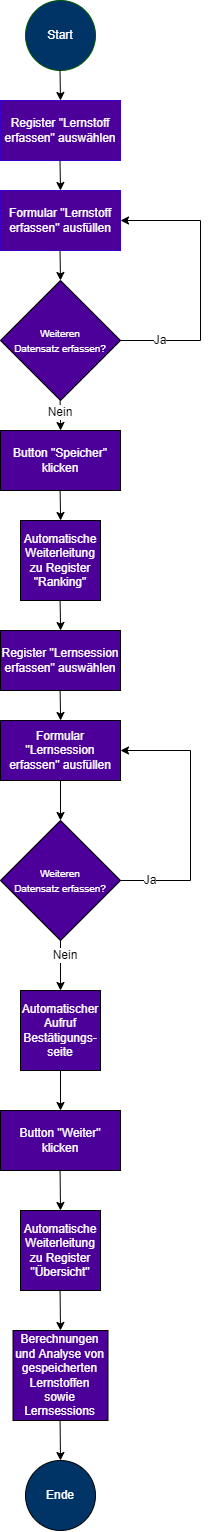
Before: templates/images/Flowchart_Projekt_PROG2.png, a diagram exported from draw.io (corilla007/PROG2_Projektarbeit). Source tidied: cells renumbered, new cells last; positions are measured from the earlier drawing's top-left corner, leaving out a move shared by most shapes. Source of this version:
```xml
<mxGraphModel>
  <root>
    <mxCell id="0" />
    <mxCell id="1" parent="0" />
    <mxCell id="2" value="Start" style="ellipse;whiteSpace=wrap;html=1;fillColor=#003366;strokeColor=#005700;fontColor=#ffffff;" parent="1" vertex="1">
      <mxGeometry x="25" width="70" height="70" as="geometry" />
    </mxCell>
    <mxCell id="3" value="Register &quot;Lernstoff erfassen&quot; auswählen" style="rounded=0;whiteSpace=wrap;html=1;fillColor=#4C0099;strokeColor=#3700CC;fontColor=#ffffff;" parent="1" vertex="1">
      <mxGeometry y="100" width="120" height="60" as="geometry" />
    </mxCell>
    <mxCell id="4" value="Formular &quot;Lernstoff erfassen&quot; ausfüllen" style="rounded=0;whiteSpace=wrap;html=1;fillColor=#4C0099;fontColor=#ffffff;strokeColor=#3700CC;" parent="1" vertex="1">
      <mxGeometry y="190" width="120" height="60" as="geometry" />
    </mxCell>
    <mxCell id="5" value="Button &quot;Speicher&quot; klicken" style="rounded=0;whiteSpace=wrap;html=1;fillColor=#4C0099;fontColor=#FFFFFF;" parent="1" vertex="1">
      <mxGeometry y="430" width="120" height="60" as="geometry" />
    </mxCell>
    <mxCell id="6" value="Register &quot;Lernsession erfassen&quot; auswählen" style="rounded=0;whiteSpace=wrap;html=1;fillColor=#4C0099;fontColor=#FFFFFF;" parent="1" vertex="1">
      <mxGeometry y="630" width="120" height="60" as="geometry" />
    </mxCell>
    <mxCell id="7" value="&lt;font color=&quot;#ffffff&quot;&gt;&lt;span style=&quot;font-size: 12px ; font-style: normal ; font-weight: 400 ; letter-spacing: normal ; text-align: center ; text-indent: 0px ; text-transform: none ; word-spacing: 0px ; font-family: &amp;quot;helvetica&amp;quot; ; display: inline ; float: none&quot;&gt;Automatische Weiterleitung zu Register &quot;Ranking&quot;&lt;/span&gt;&lt;br style=&quot;font-family: &amp;quot;helvetica&amp;quot; ; font-size: 12px ; font-style: normal ; font-weight: 400 ; letter-spacing: normal ; text-align: center ; text-indent: 0px ; text-transform: none ; word-spacing: 0px&quot;&gt;&lt;/font&gt;" style="whiteSpace=wrap;html=1;fillColor=#4C0099;" parent="1" vertex="1">
      <mxGeometry x="20" y="520" width="80" height="80" as="geometry" />
    </mxCell>
    <mxCell id="8" value="&lt;p style=&quot;line-height: 1.2&quot;&gt;&lt;font style=&quot;font-size: 10px&quot;&gt;Weiteren Datensatz&amp;nbsp;&lt;span&gt;erfassen?&lt;/span&gt;&lt;/font&gt;&lt;/p&gt;" style="rhombus;whiteSpace=wrap;html=1;fillColor=#4C0099;fontColor=#FFFFFF;" parent="1" vertex="1">
      <mxGeometry y="820" width="120" height="120" as="geometry" />
    </mxCell>
    <mxCell id="9" style="endArrow=classic;html=1;rounded=0;fontSize=10;exitX=1;exitY=0.5;exitDx=0;exitDy=0;entryX=1;entryY=0.5;entryDx=0;entryDy=0;" parent="1" edge="1" source="8" target="28">
      <mxGeometry relative="1" as="geometry">
        <Array as="points">
          <mxPoint x="190" y="880" />
          <mxPoint x="190" y="750" />
        </Array>
      </mxGeometry>
    </mxCell>
    <mxCell id="10" value="&lt;font style=&quot;font-size: 12px&quot;&gt;Ja&lt;/font&gt;" style="text;html=1;strokeColor=none;fillColor=none;align=center;verticalAlign=middle;whiteSpace=wrap;rounded=0;fontSize=10;gradientColor=none;labelBackgroundColor=default;" parent="1" vertex="1">
      <mxGeometry x="120" y="865" width="60" height="30" as="geometry" />
    </mxCell>
    <mxCell id="11" style="endArrow=classic;html=1;rounded=0;fontSize=12;exitX=0.5;exitY=1;exitDx=0;exitDy=0;entryX=0.5;entryY=0;entryDx=0;entryDy=0;" parent="1" edge="1" source="8" target="31">
      <mxGeometry relative="1" as="geometry" />
    </mxCell>
    <mxCell id="12" style="endArrow=classic;html=1;rounded=0;fontSize=12;" parent="1" edge="1">
      <mxGeometry relative="1" as="geometry">
        <mxPoint x="59.5" y="70" as="sourcePoint" />
        <mxPoint x="60" y="100" as="targetPoint" />
      </mxGeometry>
    </mxCell>
    <mxCell id="13" style="endArrow=classic;html=1;rounded=0;fontSize=12;" parent="1" edge="1">
      <mxGeometry relative="1" as="geometry">
        <mxPoint x="59.5" y="160" as="sourcePoint" />
        <mxPoint x="60" y="190" as="targetPoint" />
      </mxGeometry>
    </mxCell>
    <mxCell id="14" style="endArrow=classic;html=1;rounded=0;fontSize=12;" parent="1" edge="1">
      <mxGeometry relative="1" as="geometry">
        <mxPoint x="59.5" y="250" as="sourcePoint" />
        <mxPoint x="60" y="280" as="targetPoint" />
      </mxGeometry>
    </mxCell>
    <mxCell id="15" style="endArrow=classic;html=1;rounded=0;fontSize=12;" parent="1" edge="1">
      <mxGeometry relative="1" as="geometry">
        <mxPoint x="59.6" y="600" as="sourcePoint" />
        <mxPoint x="60.1" y="630" as="targetPoint" />
      </mxGeometry>
    </mxCell>
    <mxCell id="16" value="&lt;font style=&quot;font-size: 12px&quot;&gt;Nein&lt;/font&gt;" style="text;html=1;strokeColor=none;fillColor=none;align=center;verticalAlign=middle;whiteSpace=wrap;rounded=0;fontSize=10;gradientColor=none;labelBackgroundColor=default;" parent="1" vertex="1">
      <mxGeometry x="35" y="940" width="60" height="30" as="geometry" />
    </mxCell>
    <mxCell id="17" style="endArrow=classic;html=1;rounded=0;fontSize=12;exitX=0.5;exitY=1;exitDx=0;exitDy=0;entryX=0.5;entryY=0;entryDx=0;entryDy=0;" parent="1" edge="1" source="31" target="21">
      <mxGeometry relative="1" as="geometry" />
    </mxCell>
    <mxCell id="18" style="endArrow=classic;html=1;rounded=0;fontSize=12;" parent="1" edge="1">
      <mxGeometry relative="1" as="geometry">
        <mxPoint x="59.6" y="1170" as="sourcePoint" />
        <mxPoint x="60" y="1210" as="targetPoint" />
      </mxGeometry>
    </mxCell>
    <mxCell id="19" value="Berechnungen und Analyse von gespeicherten Lernstoffen sowie Lernsessions" style="rounded=0;whiteSpace=wrap;html=1;fillColor=#4C0099;fontColor=#FFFFFF;" parent="1" vertex="1">
      <mxGeometry x="12.5" y="1330" width="95" height="90" as="geometry" />
    </mxCell>
    <mxCell id="20" value="Ende" style="ellipse;whiteSpace=wrap;html=1;fillColor=#003366;fontColor=#FFFFFF;" parent="1" vertex="1">
      <mxGeometry x="25" y="1460" width="70" height="70" as="geometry" />
    </mxCell>
    <mxCell id="21" value="Button &quot;Weiter&quot; klicken" style="rounded=0;whiteSpace=wrap;html=1;fillColor=#4C0099;fontColor=#FFFFFF;" parent="1" vertex="1">
      <mxGeometry y="1110" width="120" height="60" as="geometry" />
    </mxCell>
    <mxCell id="22" value="&lt;p style=&quot;line-height: 1.2&quot;&gt;&lt;font style=&quot;font-size: 10px&quot;&gt;Weiteren Datensatz&amp;nbsp;&lt;span&gt;erfassen?&lt;/span&gt;&lt;/font&gt;&lt;/p&gt;" style="rhombus;whiteSpace=wrap;html=1;fillColor=#4C0099;fontColor=#FFFFFF;" parent="1" vertex="1">
      <mxGeometry y="280" width="120" height="120" as="geometry" />
    </mxCell>
    <mxCell id="23" style="endArrow=classic;html=1;rounded=0;fontSize=12;" parent="1" edge="1">
      <mxGeometry relative="1" as="geometry">
        <mxPoint x="59.6" y="400" as="sourcePoint" />
        <mxPoint x="60.1" y="430" as="targetPoint" />
      </mxGeometry>
    </mxCell>
    <mxCell id="24" value="&lt;font style=&quot;font-size: 12px&quot;&gt;Nein&lt;/font&gt;" style="text;html=1;strokeColor=none;fillColor=none;align=center;verticalAlign=middle;whiteSpace=wrap;rounded=0;fontSize=10;gradientColor=none;labelBackgroundColor=default;" parent="1" vertex="1">
      <mxGeometry x="30" y="397" width="60" height="30" as="geometry" />
    </mxCell>
    <mxCell id="25" style="endArrow=classic;html=1;rounded=0;fontSize=10;exitX=1;exitY=0.5;exitDx=0;exitDy=0;entryX=1;entryY=0.5;entryDx=0;entryDy=0;" parent="1" edge="1">
      <mxGeometry relative="1" as="geometry">
        <mxPoint x="120" y="340" as="sourcePoint" />
        <mxPoint x="120" y="220" as="targetPoint" />
        <Array as="points">
          <mxPoint x="200" y="340" />
          <mxPoint x="200" y="220" />
        </Array>
      </mxGeometry>
    </mxCell>
    <mxCell id="26" value="&lt;font style=&quot;font-size: 12px&quot;&gt;Ja&lt;/font&gt;" style="text;html=1;strokeColor=none;fillColor=none;align=center;verticalAlign=middle;whiteSpace=wrap;rounded=0;fontSize=10;gradientColor=none;labelBackgroundColor=default;" parent="1" vertex="1">
      <mxGeometry x="130" y="325" width="60" height="30" as="geometry" />
    </mxCell>
    <mxCell id="27" style="endArrow=classic;html=1;rounded=0;fontSize=12;" parent="1" edge="1">
      <mxGeometry relative="1" as="geometry">
        <mxPoint x="59.6" y="490" as="sourcePoint" />
        <mxPoint x="60.1" y="520" as="targetPoint" />
      </mxGeometry>
    </mxCell>
    <mxCell id="28" value="Formular &quot;Lernsession erfassen&quot; ausfüllen" style="rounded=0;whiteSpace=wrap;html=1;fillColor=#4C0099;fontColor=#FFFFFF;" parent="1" vertex="1">
      <mxGeometry y="720" width="120" height="60" as="geometry" />
    </mxCell>
    <mxCell id="29" style="endArrow=classic;html=1;rounded=0;fontSize=12;" parent="1" edge="1">
      <mxGeometry relative="1" as="geometry">
        <mxPoint x="59.6" y="690" as="sourcePoint" />
        <mxPoint x="60.1" y="720" as="targetPoint" />
      </mxGeometry>
    </mxCell>
    <mxCell id="30" style="endArrow=classic;html=1;rounded=0;fontSize=12;entryX=0.5;entryY=0;entryDx=0;entryDy=0;exitX=0.5;exitY=1;exitDx=0;exitDy=0;" parent="1" edge="1" source="28" target="8">
      <mxGeometry relative="1" as="geometry" />
    </mxCell>
    <mxCell id="31" value="&lt;font color=&quot;#ffffff&quot;&gt;&lt;span style=&quot;font-size: 12px ; font-style: normal ; font-weight: 400 ; letter-spacing: normal ; text-align: center ; text-indent: 0px ; text-transform: none ; word-spacing: 0px ; font-family: &amp;quot;helvetica&amp;quot; ; display: inline ; float: none&quot;&gt;Automatischer Aufruf Bestätigungs-&lt;br&gt;seite&lt;/span&gt;&lt;br style=&quot;font-family: &amp;quot;helvetica&amp;quot; ; font-size: 12px ; font-style: normal ; font-weight: 400 ; letter-spacing: normal ; text-align: center ; text-indent: 0px ; text-transform: none ; word-spacing: 0px&quot;&gt;&lt;/font&gt;" style="whiteSpace=wrap;html=1;fillColor=#4C0099;" parent="1" vertex="1">
      <mxGeometry x="20" y="990" width="80" height="80" as="geometry" />
    </mxCell>
    <mxCell id="32" value="&lt;font color=&quot;#ffffff&quot;&gt;&lt;font face=&quot;helvetica&quot;&gt;Automatische Weiterleitung zu Register &quot;Übersicht&quot;&lt;/font&gt;&lt;br style=&quot;font-family: &amp;quot;helvetica&amp;quot; ; font-size: 12px ; font-style: normal ; font-weight: 400 ; letter-spacing: normal ; text-align: center ; text-indent: 0px ; text-transform: none ; word-spacing: 0px&quot;&gt;&lt;/font&gt;" style="whiteSpace=wrap;html=1;fillColor=#4C0099;" parent="1" vertex="1">
      <mxGeometry x="20" y="1210" width="80" height="80" as="geometry" />
    </mxCell>
    <mxCell id="33" style="endArrow=classic;html=1;rounded=0;fontSize=12;" parent="1" edge="1">
      <mxGeometry relative="1" as="geometry">
        <mxPoint x="59.6" y="1290" as="sourcePoint" />
        <mxPoint x="60" y="1330" as="targetPoint" />
      </mxGeometry>
    </mxCell>
    <mxCell id="34" style="endArrow=classic;html=1;rounded=0;fontSize=12;" parent="1" edge="1">
      <mxGeometry relative="1" as="geometry">
        <mxPoint x="59.6" y="1420" as="sourcePoint" />
        <mxPoint x="60" y="1460" as="targetPoint" />
      </mxGeometry>
    </mxCell>
  </root>
</mxGraphModel>
```
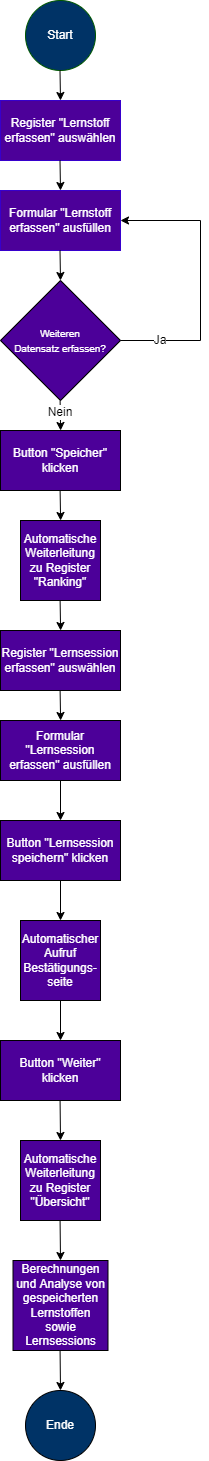
Above is the later version.

Commit message:
working on flowchart

The edit, as a diff of the source:
```diff
@@ -20,22 +20,10 @@
     <mxCell id="7" value="&lt;font color=&quot;#ffffff&quot;&gt;&lt;span style=&quot;font-size: 12px ; font-style: normal ; font-weight: 400 ; letter-spacing: normal ; text-align: center ; text-indent: 0px ; text-transform: none ; word-spacing: 0px ; font-family: &amp;quot;helvetica&amp;quot; ; display: inline ; float: none&quot;&gt;Automatische Weiterleitung zu Register &quot;Ranking&quot;&lt;/span&gt;&lt;br style=&quot;font-family: &amp;quot;helvetica&amp;quot; ; font-size: 12px ; font-style: normal ; font-weight: 400 ; letter-spacing: normal ; text-align: center ; text-indent: 0px ; text-transform: none ; word-spacing: 0px&quot;&gt;&lt;/font&gt;" style="whiteSpace=wrap;html=1;fillColor=#4C0099;" parent="1" vertex="1">
       <mxGeometry x="20" y="520" width="80" height="80" as="geometry" />
     </mxCell>
-    <mxCell id="8" value="&lt;p style=&quot;line-height: 1.2&quot;&gt;&lt;font style=&quot;font-size: 10px&quot;&gt;Weiteren Datensatz&amp;nbsp;&lt;span&gt;erfassen?&lt;/span&gt;&lt;/font&gt;&lt;/p&gt;" style="rhombus;whiteSpace=wrap;html=1;fillColor=#4C0099;fontColor=#FFFFFF;" parent="1" vertex="1">
-      <mxGeometry y="820" width="120" height="120" as="geometry" />
-    </mxCell>
-    <mxCell id="9" style="endArrow=classic;html=1;rounded=0;fontSize=10;exitX=1;exitY=0.5;exitDx=0;exitDy=0;entryX=1;entryY=0.5;entryDx=0;entryDy=0;" parent="1" edge="1" source="8" target="28">
-      <mxGeometry relative="1" as="geometry">
-        <Array as="points">
-          <mxPoint x="190" y="880" />
-          <mxPoint x="190" y="750" />
-        </Array>
-      </mxGeometry>
-    </mxCell>
-    <mxCell id="10" value="&lt;font style=&quot;font-size: 12px&quot;&gt;Ja&lt;/font&gt;" style="text;html=1;strokeColor=none;fillColor=none;align=center;verticalAlign=middle;whiteSpace=wrap;rounded=0;fontSize=10;gradientColor=none;labelBackgroundColor=default;" parent="1" vertex="1">
-      <mxGeometry x="120" y="865" width="60" height="30" as="geometry" />
-    </mxCell>
-    <mxCell id="11" style="endArrow=classic;html=1;rounded=0;fontSize=12;exitX=0.5;exitY=1;exitDx=0;exitDy=0;entryX=0.5;entryY=0;entryDx=0;entryDy=0;" parent="1" edge="1" source="8" target="31">
-      <mxGeometry relative="1" as="geometry" />
+    <mxCell id="11" style="endArrow=classic;html=1;rounded=0;fontSize=12;exitX=0.5;exitY=1;exitDx=0;exitDy=0;entryX=0.5;entryY=0;entryDx=0;entryDy=0;" parent="1" edge="1" target="31">
+      <mxGeometry relative="1" as="geometry">
+        <mxPoint x="60" y="870" as="sourcePoint" />
+      </mxGeometry>
     </mxCell>
     <mxCell id="12" style="endArrow=classic;html=1;rounded=0;fontSize=12;" parent="1" edge="1">
       <mxGeometry relative="1" as="geometry">
@@ -61,26 +49,23 @@
         <mxPoint x="60.1" y="630" as="targetPoint" />
       </mxGeometry>
     </mxCell>
-    <mxCell id="16" value="&lt;font style=&quot;font-size: 12px&quot;&gt;Nein&lt;/font&gt;" style="text;html=1;strokeColor=none;fillColor=none;align=center;verticalAlign=middle;whiteSpace=wrap;rounded=0;fontSize=10;gradientColor=none;labelBackgroundColor=default;" parent="1" vertex="1">
-      <mxGeometry x="35" y="940" width="60" height="30" as="geometry" />
-    </mxCell>
     <mxCell id="17" style="endArrow=classic;html=1;rounded=0;fontSize=12;exitX=0.5;exitY=1;exitDx=0;exitDy=0;entryX=0.5;entryY=0;entryDx=0;entryDy=0;" parent="1" edge="1" source="31" target="21">
       <mxGeometry relative="1" as="geometry" />
     </mxCell>
     <mxCell id="18" style="endArrow=classic;html=1;rounded=0;fontSize=12;" parent="1" edge="1">
       <mxGeometry relative="1" as="geometry">
-        <mxPoint x="59.6" y="1170" as="sourcePoint" />
-        <mxPoint x="60" y="1210" as="targetPoint" />
+        <mxPoint x="59.6" y="1100" as="sourcePoint" />
+        <mxPoint x="60" y="1140" as="targetPoint" />
       </mxGeometry>
     </mxCell>
     <mxCell id="19" value="Berechnungen und Analyse von gespeicherten Lernstoffen sowie Lernsessions" style="rounded=0;whiteSpace=wrap;html=1;fillColor=#4C0099;fontColor=#FFFFFF;" parent="1" vertex="1">
-      <mxGeometry x="12.5" y="1330" width="95" height="90" as="geometry" />
+      <mxGeometry x="12.5" y="1260" width="95" height="90" as="geometry" />
     </mxCell>
     <mxCell id="20" value="Ende" style="ellipse;whiteSpace=wrap;html=1;fillColor=#003366;fontColor=#FFFFFF;" parent="1" vertex="1">
-      <mxGeometry x="25" y="1460" width="70" height="70" as="geometry" />
+      <mxGeometry x="25" y="1390" width="70" height="70" as="geometry" />
     </mxCell>
     <mxCell id="21" value="Button &quot;Weiter&quot; klicken" style="rounded=0;whiteSpace=wrap;html=1;fillColor=#4C0099;fontColor=#FFFFFF;" parent="1" vertex="1">
-      <mxGeometry y="1110" width="120" height="60" as="geometry" />
+      <mxGeometry y="1040" width="120" height="60" as="geometry" />
     </mxCell>
     <mxCell id="22" value="&lt;p style=&quot;line-height: 1.2&quot;&gt;&lt;font style=&quot;font-size: 10px&quot;&gt;Weiteren Datensatz&amp;nbsp;&lt;span&gt;erfassen?&lt;/span&gt;&lt;/font&gt;&lt;/p&gt;" style="rhombus;whiteSpace=wrap;html=1;fillColor=#4C0099;fontColor=#FFFFFF;" parent="1" vertex="1">
       <mxGeometry y="280" width="120" height="120" as="geometry" />
@@ -122,26 +107,31 @@
         <mxPoint x="60.1" y="720" as="targetPoint" />
       </mxGeometry>
     </mxCell>
-    <mxCell id="30" style="endArrow=classic;html=1;rounded=0;fontSize=12;entryX=0.5;entryY=0;entryDx=0;entryDy=0;exitX=0.5;exitY=1;exitDx=0;exitDy=0;" parent="1" edge="1" source="28" target="8">
-      <mxGeometry relative="1" as="geometry" />
+    <mxCell id="30" style="endArrow=classic;html=1;rounded=0;fontSize=12;entryX=0.5;entryY=0;entryDx=0;entryDy=0;exitX=0.5;exitY=1;exitDx=0;exitDy=0;" parent="1" edge="1" source="28">
+      <mxGeometry relative="1" as="geometry">
+        <mxPoint x="60" y="820" as="targetPoint" />
+      </mxGeometry>
     </mxCell>
     <mxCell id="31" value="&lt;font color=&quot;#ffffff&quot;&gt;&lt;span style=&quot;font-size: 12px ; font-style: normal ; font-weight: 400 ; letter-spacing: normal ; text-align: center ; text-indent: 0px ; text-transform: none ; word-spacing: 0px ; font-family: &amp;quot;helvetica&amp;quot; ; display: inline ; float: none&quot;&gt;Automatischer Aufruf Bestätigungs-&lt;br&gt;seite&lt;/span&gt;&lt;br style=&quot;font-family: &amp;quot;helvetica&amp;quot; ; font-size: 12px ; font-style: normal ; font-weight: 400 ; letter-spacing: normal ; text-align: center ; text-indent: 0px ; text-transform: none ; word-spacing: 0px&quot;&gt;&lt;/font&gt;" style="whiteSpace=wrap;html=1;fillColor=#4C0099;" parent="1" vertex="1">
-      <mxGeometry x="20" y="990" width="80" height="80" as="geometry" />
+      <mxGeometry x="20" y="920" width="80" height="80" as="geometry" />
     </mxCell>
     <mxCell id="32" value="&lt;font color=&quot;#ffffff&quot;&gt;&lt;font face=&quot;helvetica&quot;&gt;Automatische Weiterleitung zu Register &quot;Übersicht&quot;&lt;/font&gt;&lt;br style=&quot;font-family: &amp;quot;helvetica&amp;quot; ; font-size: 12px ; font-style: normal ; font-weight: 400 ; letter-spacing: normal ; text-align: center ; text-indent: 0px ; text-transform: none ; word-spacing: 0px&quot;&gt;&lt;/font&gt;" style="whiteSpace=wrap;html=1;fillColor=#4C0099;" parent="1" vertex="1">
-      <mxGeometry x="20" y="1210" width="80" height="80" as="geometry" />
+      <mxGeometry x="20" y="1140" width="80" height="80" as="geometry" />
     </mxCell>
     <mxCell id="33" style="endArrow=classic;html=1;rounded=0;fontSize=12;" parent="1" edge="1">
       <mxGeometry relative="1" as="geometry">
-        <mxPoint x="59.6" y="1290" as="sourcePoint" />
-        <mxPoint x="60" y="1330" as="targetPoint" />
+        <mxPoint x="59.6" y="1220" as="sourcePoint" />
+        <mxPoint x="60" y="1260" as="targetPoint" />
       </mxGeometry>
     </mxCell>
     <mxCell id="34" style="endArrow=classic;html=1;rounded=0;fontSize=12;" parent="1" edge="1">
       <mxGeometry relative="1" as="geometry">
-        <mxPoint x="59.6" y="1420" as="sourcePoint" />
-        <mxPoint x="60" y="1460" as="targetPoint" />
+        <mxPoint x="59.6" y="1350" as="sourcePoint" />
+        <mxPoint x="60" y="1390" as="targetPoint" />
       </mxGeometry>
     </mxCell>
+    <mxCell id="35" value="Button &quot;Lernsession speichern&quot; klicken" style="rounded=0;whiteSpace=wrap;html=1;fillColor=#4C0099;fontColor=#FFFFFF;" parent="1" vertex="1">
+      <mxGeometry y="820" width="120" height="60" as="geometry" />
+    </mxCell>
   </root>
 </mxGraphModel>
```
